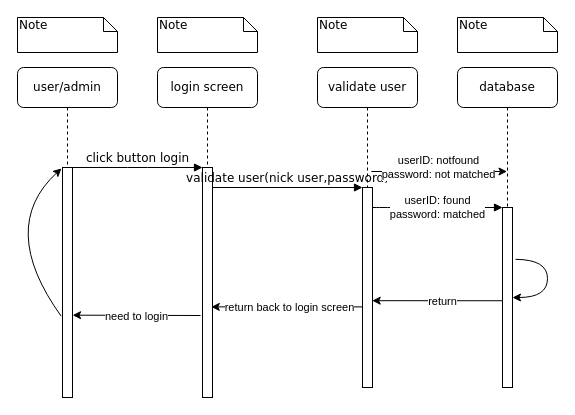
Earlier version of the draw.io diagram Diagram Tanpa Judul.drawio (rogerkampret/Kantin-Kampus-Digital). Source tidied: cells renumbered, new cells numbered last; positions are measured from the earlier drawing's top-left corner, leaving out a move shared by most shapes. Both pictures are drawn from the tidied source at 100%, with x=0, y=0 at pixel (-3, 17).
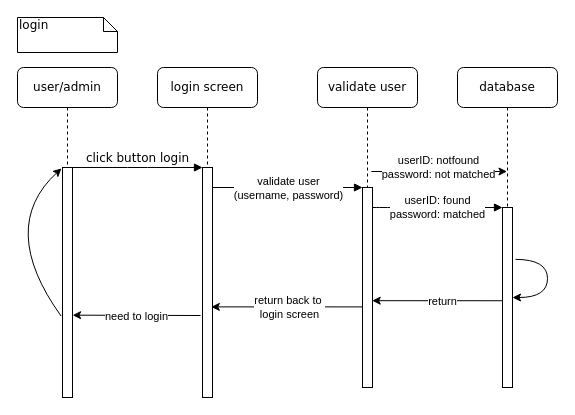
The same page after the edit.

Unchanged cells that the change refers to:
```xml
<mxCell id="3" style="html=1;points=[];perimeter=orthogonalPerimeter;rounded=0;shadow=0;comic=0;labelBackgroundColor=none;strokeWidth=1;fontFamily=Verdana;fontSize=12;align=center;" parent="2" vertex="1">
  <mxGeometry x="45" y="100" width="10" height="230" as="geometry" />
</mxCell>
<mxCell id="5" style="html=1;points=[];perimeter=orthogonalPerimeter;rounded=0;shadow=0;comic=0;labelBackgroundColor=none;strokeWidth=1;fontFamily=Verdana;fontSize=12;align=center;" parent="4" vertex="1">
  <mxGeometry x="45" y="120" width="10" height="200" as="geometry" />
</mxCell>
<mxCell id="24" style="endArrow=classic;html=1;rounded=0;entryX=0.879;entryY=0.606;entryDx=0;entryDy=0;entryPerimeter=0;exitX=0.052;exitY=0.597;exitDx=0;exitDy=0;exitPerimeter=0;" parent="1" edge="1" source="5" target="3">
  <mxGeometry relative="1" as="geometry" />
</mxCell>
```

The edit, as a diff of the source:
```diff
@@
-    <mxCell id="14" value="validate user(nick user,password)" style="html=1;verticalAlign=bottom;endArrow=block;entryX=0;entryY=0;labelBackgroundColor=none;fontFamily=Verdana;fontSize=12;edgeStyle=elbowEdgeStyle;elbow=vertical;" parent="1" edge="1" source="3" target="5">
+    <mxCell id="14" style="html=1;verticalAlign=bottom;endArrow=block;entryX=0;entryY=0;labelBackgroundColor=none;fontFamily=Verdana;fontSize=12;edgeStyle=elbowEdgeStyle;elbow=vertical;" parent="1" edge="1" source="3" target="5">
       <mxGeometry relative="1" as="geometry" />
     </mxCell>
+    <mxCell id="28" value="validate user&lt;div&gt;(username, password)&lt;/div&gt;" style="edgeLabel;html=1;align=center;verticalAlign=middle;" parent="14" vertex="1">
+      <mxGeometry x="0.08" y="2" relative="1" as="geometry">
+        <mxPoint x="-6" y="2" as="offset" />
+      </mxGeometry>
+    </mxCell>
-    <mxCell id="15" value="Note" style="shape=note;whiteSpace=wrap;html=1;size=14;verticalAlign=top;align=left;spacingTop=-6;rounded=0;shadow=0;comic=0;labelBackgroundColor=none;strokeWidth=1;fontFamily=Verdana;fontSize=12;" parent="1" vertex="1">
+    <mxCell id="15" value="login" style="shape=note;whiteSpace=wrap;html=1;size=14;verticalAlign=top;align=left;spacingTop=-6;rounded=0;shadow=0;comic=0;labelBackgroundColor=none;strokeWidth=1;fontFamily=Verdana;fontSize=12;" parent="1" vertex="1">
       <mxGeometry x="20" width="100" height="35" as="geometry" />
     </mxCell>
-    <mxCell id="16" value="Note" style="shape=note;whiteSpace=wrap;html=1;size=14;verticalAlign=top;align=left;spacingTop=-6;rounded=0;shadow=0;comic=0;labelBackgroundColor=none;strokeWidth=1;fontFamily=Verdana;fontSize=12;" parent="1" vertex="1">
-      <mxGeometry x="160" width="100" height="35" as="geometry" />
-    </mxCell>
-    <mxCell id="17" value="Note" style="shape=note;whiteSpace=wrap;html=1;size=14;verticalAlign=top;align=left;spacingTop=-6;rounded=0;shadow=0;comic=0;labelBackgroundColor=none;strokeWidth=1;fontFamily=Verdana;fontSize=12;" parent="1" vertex="1">
-      <mxGeometry x="320" width="100" height="35" as="geometry" />
-    </mxCell>
-    <mxCell id="18" value="Note" style="shape=note;whiteSpace=wrap;html=1;size=14;verticalAlign=top;align=left;spacingTop=-6;rounded=0;shadow=0;comic=0;labelBackgroundColor=none;strokeWidth=1;fontFamily=Verdana;fontSize=12;" parent="1" vertex="1">
-      <mxGeometry x="460" width="100" height="35" as="geometry" />
-    </mxCell>
@@
-    <mxCell id="25" value="return back to login screen" style="edgeLabel;html=1;align=center;verticalAlign=middle;" parent="24" vertex="1">
+    <mxCell id="25" value="return back to&amp;nbsp;&lt;div&gt;login screen&lt;/div&gt;" style="edgeLabel;html=1;align=center;verticalAlign=middle;" parent="24" vertex="1">
       <mxGeometry x="-0.02" relative="1" as="geometry" />
     </mxCell>
```
